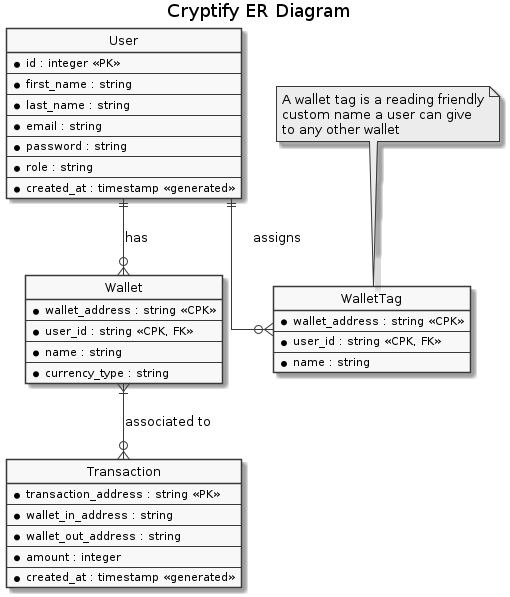
This is packages/docs/diagrams/generated/erd.png from SOEN-490-Capstone/Cryptify, a PlantUML export, as it was before one commit. Its diagram source:
```plantuml
@startuml
skinparam monochrome true
title Cryptify ER Diagram

hide circle

skinparam linetype ortho

entity User {
  *id : integer <<PK>>
  --
  *first_name : string
  --
  *last_name : string
  --
  *email : string
  --
  *password : string
  --
  *role : string
  --
  *created_at : timestamp <<generated>>
}

entity WalletTag {
  *wallet_address : string <<CPK>>
  --
  *user_id : string <<CPK, FK>>
  --
  *name : string
}
note "A wallet tag is a reading friendly\ncustom name a user can give\nto any other wallet" as N1
N1 .. WalletTag

entity Wallet {
  *wallet_address : string <<CPK>>
  --
  *user_id : string <<CPK, FK>>
  --
  *name : string
  --
  *currency_type : string
}

entity Transaction {
  *transaction_address : string <<PK>>
  --
  *wallet_in_address : string
  --
  *wallet_out_address : string
  --
  *amount : integer
  --
  *created_at : timestamp <<generated>>
}

User ||--o{ Wallet : has
User ||--o{ WalletTag : assigns
Wallet }|--o{ Transaction : associated to
@enduml
```
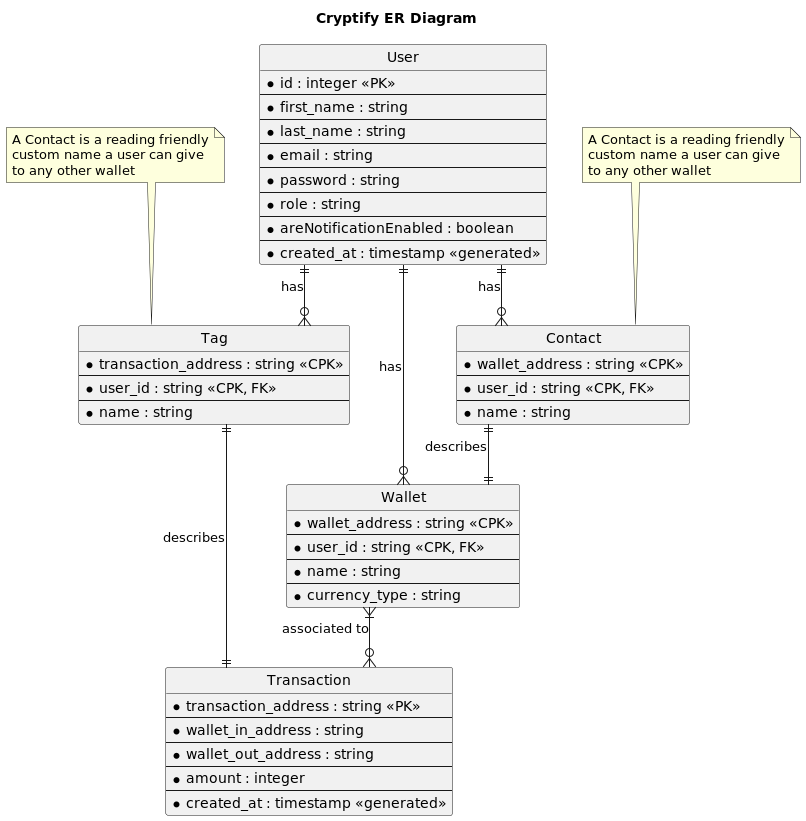
Later version of the same file.

Change to the diagram source:
```diff
@@ -1,5 +1,4 @@
 @startuml
-skinparam monochrome true
 title Cryptify ER Diagram
 
 hide circle
@@ -19,18 +18,30 @@
   --
   *role : string
   --
+  *areNotificationEnabled : boolean
+  --
   *created_at : timestamp <<generated>>
 }
 
-entity WalletTag {
+entity Tag {
+  *transaction_address : string <<CPK>>
+  --
+  *user_id : string <<CPK, FK>>
+  --
+  *name : string
+}
+note "A Contact is a reading friendly\ncustom name a user can give\nto any other wallet" as N1
+N1 .. Tag
+
+entity Contact {
   *wallet_address : string <<CPK>>
   --
   *user_id : string <<CPK, FK>>
   --
   *name : string
 }
-note "A wallet tag is a reading friendly\ncustom name a user can give\nto any other wallet" as N1
-N1 .. WalletTag
+note "A Contact is a reading friendly\ncustom name a user can give\nto any other wallet" as N2
+N2 .. Contact
 
 entity Wallet {
   *wallet_address : string <<CPK>>
@@ -55,6 +66,9 @@
 }
 
 User ||--o{ Wallet : has
-User ||--o{ WalletTag : assigns
+User ||--o{ Contact : has
+Contact ||--|| Wallet : describes
+User ||--o{ Tag : has
+Tag ||--|| Transaction : describes
 Wallet }|--o{ Transaction : associated to
 @enduml
```
